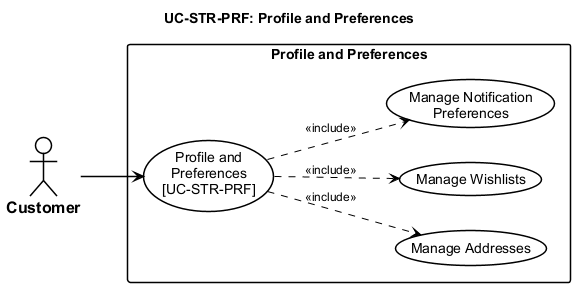
The PlantUML diagram thesis/figures/chapters/part2/ch2-design/02-use-cases/diagrams/P2S2.2.2_usecase-profile-preferences.png in qingfa-dev/ReSys.Shop, before a commit.
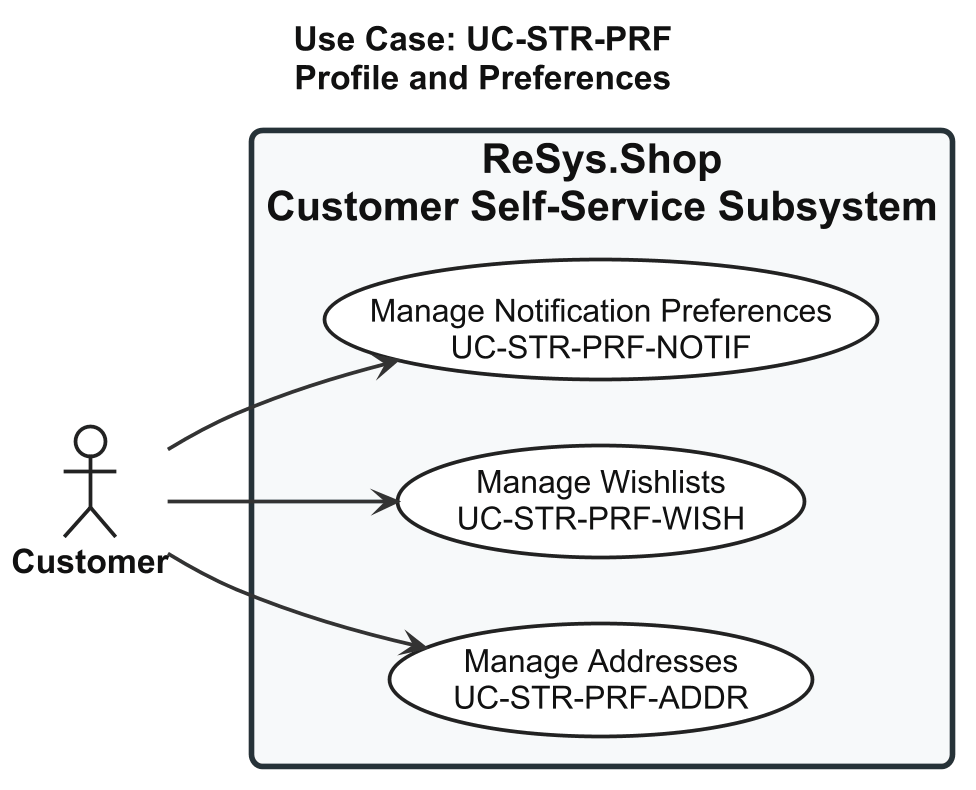
The same diagram one commit later.

What changed in the source:
```diff
@@ -1,53 +1,77 @@
 @startuml usecase-profile-preferences
+
 left to right direction
 
+skinparam shadowing false
+skinparam dpi 180
+
 <style>
-  root {
-    FontName "Arial"
-    FontSize 14
-    Shadowing 0
-  }
-  actor {
-    BackGroundColor #FFFFFF
-    LineColor #000000
-    LineThickness 1.5
-    FontColor #000000
-    FontStyle bold
-    FontSize 16
-  }
-  usecase {
-    BackGroundColor #FFFFFF
-    LineColor #000000
-    LineThickness 1.5
-    FontColor #000000
-  }
-  rectangle {
-    BackGroundColor #FFFFFF
-    LineColor #000000
-    LineThickness 1.5
-    FontStyle bold
-  }
-  arrow {
-    LineColor #000000
-    LineThickness 1.5
-    FontSize 12
-  }
-</style>
-title UC-STR-PRF: Profile and Preferences
 
-actor "Customer" as Cust
-
-rectangle "Profile and Preferences" {
-  usecase "Profile and\nPreferences\n[UC-STR-PRF]" as UC_MAIN
-  usecase "Manage Addresses" as UC_ADDR
-  usecase "Manage Wishlists" as UC_WISH
-  usecase "Manage Notification\nPreferences" as UC_NOTIF
-
-  UC_MAIN ..> UC_ADDR : <<include>>
-  UC_MAIN ..> UC_WISH : <<include>>
-  UC_MAIN ..> UC_NOTIF : <<include>>
+root {
+  FontName "Arial"
+  FontSize 18
+  FontColor #111111
 }
 
-Cust --> UC_MAIN
+actor {
+  FontName "Arial"
+  FontSize 18
+  FontStyle bold
+  FontColor #111111
+  BackgroundColor #FFFFFF
+  LineColor #222222
+  LineThickness 2
+}
+
+usecase {
+  FontName "Arial"
+  FontSize 17
+  FontColor #111111
+  FontStyle plain
+  BackgroundColor #FFFFFF
+  LineColor #222222
+  LineThickness 2
+  Padding 18
+}
+
+rectangle {
+  FontName "Arial"
+  FontSize 22
+  FontStyle bold
+  FontColor #111111
+  BackgroundColor #F7F9FA
+  LineColor #263238
+  LineThickness 3
+  RoundCorner 12
+  Padding 30
+}
+
+arrow {
+  FontName "Arial"
+  FontSize 15
+  FontColor #111111
+  LineColor #333333
+  LineThickness 2
+}
+
+</style>
+
+title Use Case: UC-STR-PRF\nProfile and Preferences
+
+actor "Customer" as Customer
+
+rectangle "ReSys.Shop\nCustomer Self-Service Subsystem" {
+
+  usecase "Manage Addresses\nUC-STR-PRF-ADDR" as UC_ADDR
+
+  usecase "Manage Wishlists\nUC-STR-PRF-WISH" as UC_WISH
+
+  usecase "Manage Notification Preferences\nUC-STR-PRF-NOTIF" as UC_NOTIF
+
+}
+
+Customer --> UC_ADDR
+Customer --> UC_WISH
+Customer --> UC_NOTIF
 
 @enduml
```
